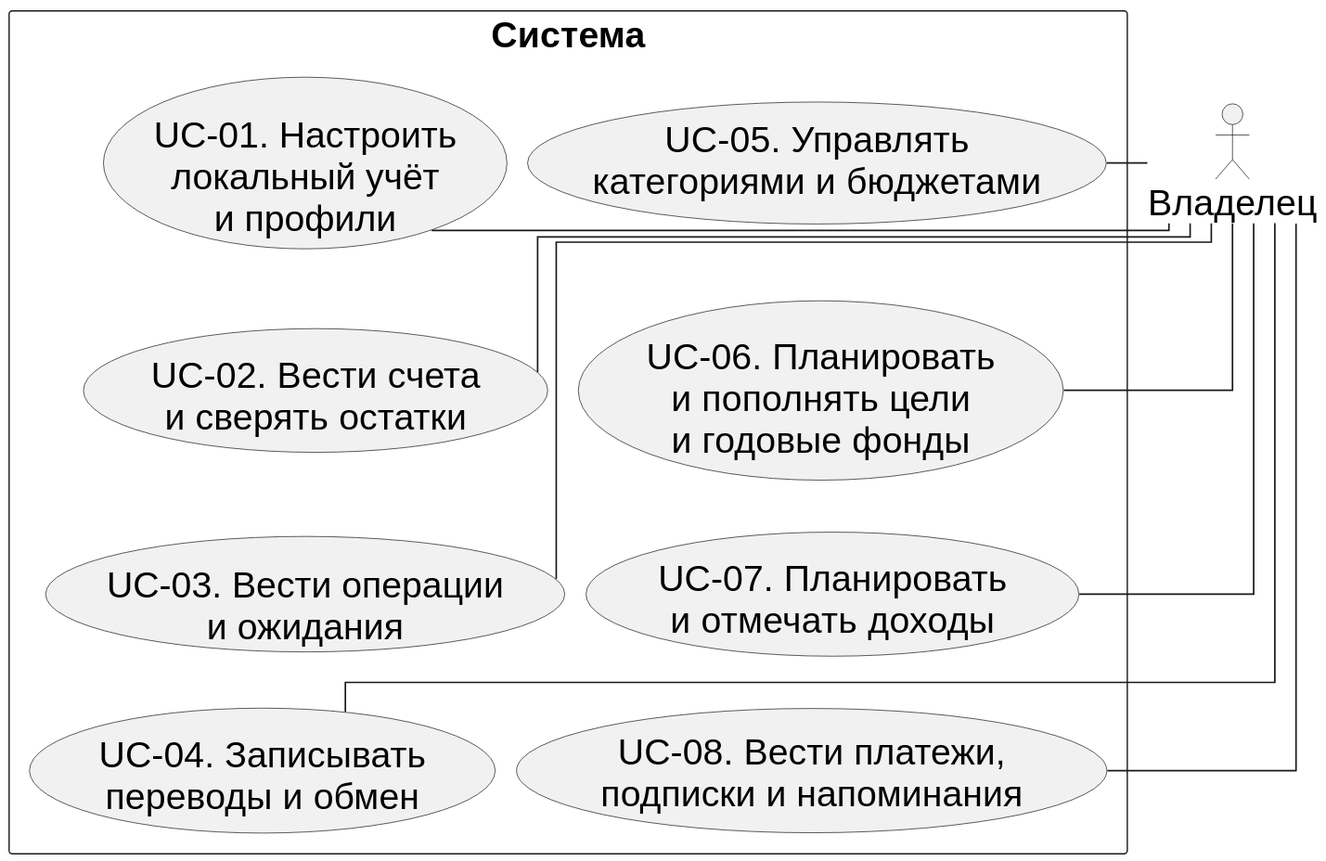
The PlantUML diagram output/thesis/figures/02-use-cases-ledger.svg in Tiroras/lad-finance, before a commit. Its diagram source:
```plantuml
@startuml

top to bottom direction
skinparam monochrome true
skinparam backgroundColor white
skinparam shadowing false
skinparam defaultFontName Arial
skinparam defaultFontSize 28
skinparam ArrowThickness 1.2
skinparam linetype ortho
skinparam usecaseFontSize 28
skinparam packageFontSize 28
skinparam actorFontSize 28
skinparam nodesep 16
skinparam ranksep 40

actor "Владелец" as Owner
rectangle "Система" {
  usecase "UC-01. Настроить\nлокальный учёт\nи профили" as U1
  usecase "UC-02. Вести счета\nи сверять остатки" as U2
  usecase "UC-03. Вести операции\nи ожидания" as U3
  usecase "UC-04. Записывать\nпереводы и обмен" as U4

  usecase "UC-05. Управлять\nкатегориями и бюджетами" as U5
  usecase "UC-06. Планировать\nи пополнять цели\nи годовые фонды" as U6
  usecase "UC-07. Планировать\nи отмечать доходы" as U7
  usecase "UC-08. Вести платежи,\nподписки и напоминания" as U8
  U1 -[hidden]down- U2
  U2 -[hidden]down- U3
  U3 -[hidden]down- U4
  U5 -[hidden]down- U6
  U6 -[hidden]down- U7
  U7 -[hidden]down- U8
  U1 -[hidden]right- U5
  U2 -[hidden]right- U6
  U3 -[hidden]right- U7
  U4 -[hidden]right- U8
}
Owner -right- U1
Owner -right- U2
Owner -right- U3
Owner -right- U4
Owner -right- U5
Owner -right- U6
Owner -right- U7
Owner -right- U8
@enduml
```
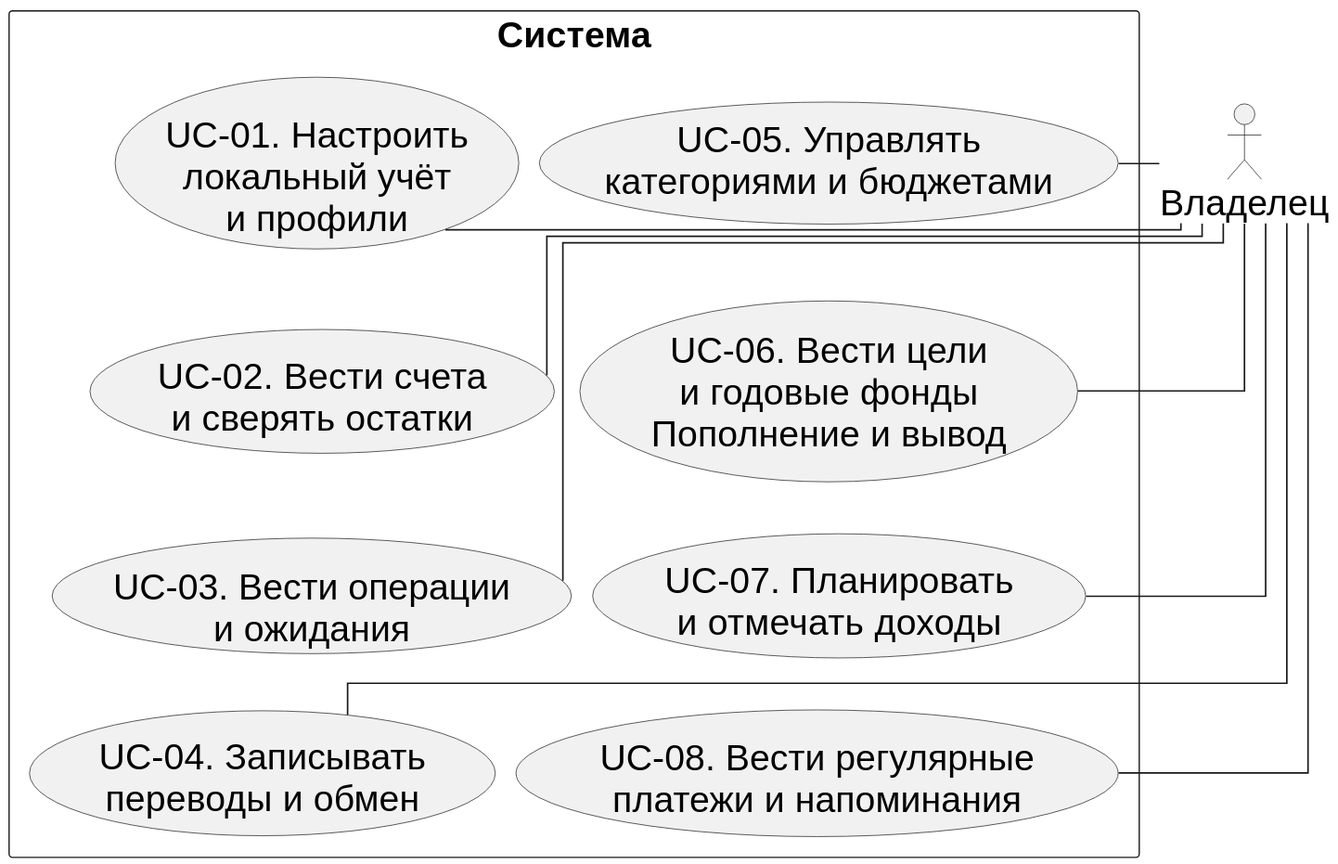
The same file after the commit.

Diff of the diagram source:
```diff
@@ -22,9 +22,9 @@
   usecase "UC-04. Записывать\nпереводы и обмен" as U4
 
   usecase "UC-05. Управлять\nкатегориями и бюджетами" as U5
-  usecase "UC-06. Планировать\nи пополнять цели\nи годовые фонды" as U6
+  usecase "UC-06. Вести цели\nи годовые фонды\nПополнение и вывод" as U6
   usecase "UC-07. Планировать\nи отмечать доходы" as U7
-  usecase "UC-08. Вести платежи,\nподписки и напоминания" as U8
+  usecase "UC-08. Вести регулярные\nплатежи и напоминания" as U8
   U1 -[hidden]down- U2
   U2 -[hidden]down- U3
   U3 -[hidden]down- U4
```
